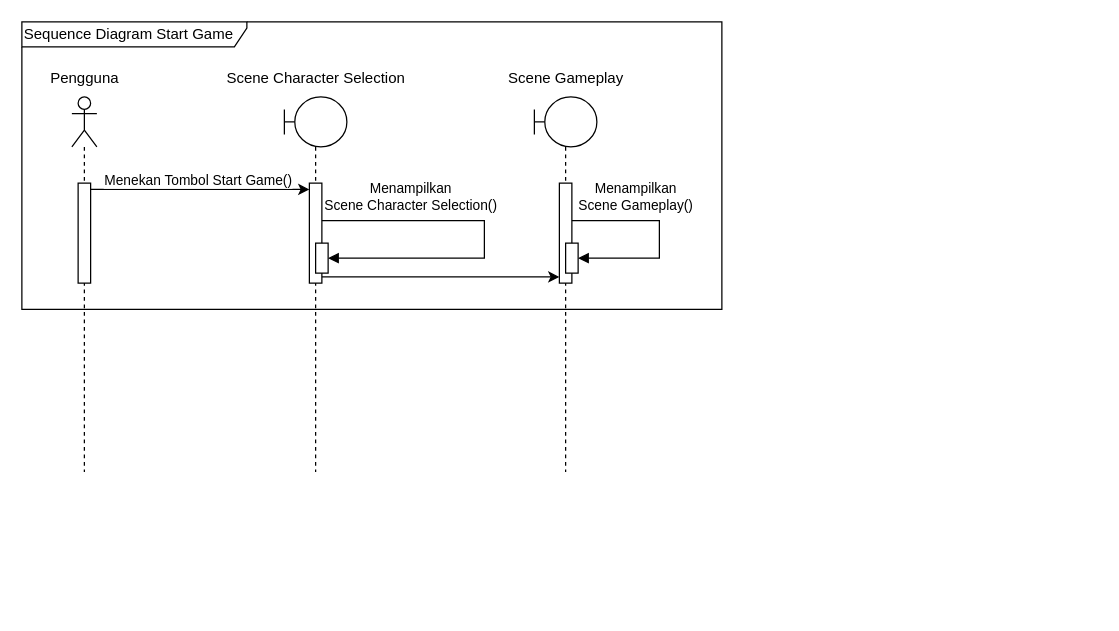
This is skripsi/skripsi/gambar/BAB III/Sequence Diagram/Sequence Diagram  – Start Game.drawio from hako-975/UNPAM-File, a draw.io file, before an edit. Source tidied: cells renumbered, new cells numbered last; positions are measured from the earlier drawing's top-left corner, leaving out a move shared by most shapes. Both pictures are drawn from the tidied source at 125%, with x=0, y=0 at pixel (21, 21).
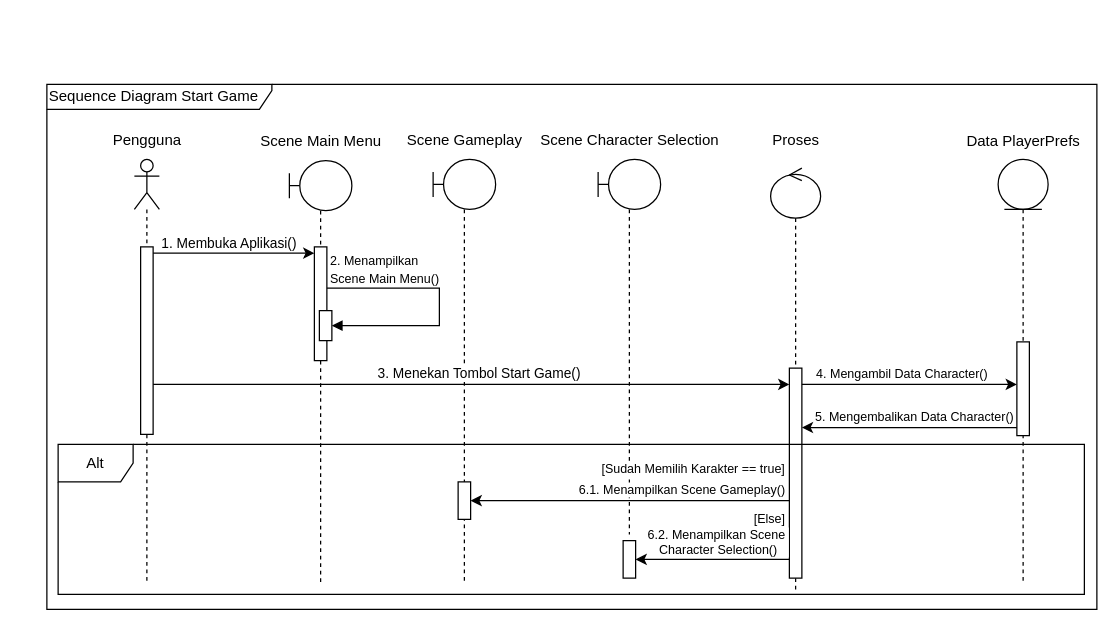
The same diagram, later.

What changed in the source:
```diff
@@
-    <mxCell id="2" value="&lt;div&gt;&lt;/div&gt;" style="shape=umlLifeline;perimeter=lifelinePerimeter;whiteSpace=wrap;html=1;newEdgeStyle={&quot;curved&quot;:0,&quot;rounded&quot;:0};participant=umlActor;size=40;" parent="1" vertex="1">
-      <mxGeometry x="40" y="60" width="20" height="300" as="geometry" />
-    </mxCell>
-    <mxCell id="3" style="html=1;points=[[0,0,0,0,5],[0,1,0,0,-5],[1,0,0,0,5],[1,1,0,0,-5]];perimeter=orthogonalPerimeter;outlineConnect=0;targetShapes=umlLifeline;portConstraint=eastwest;newEdgeStyle={&quot;curved&quot;:0,&quot;rounded&quot;:0};" parent="2" vertex="1">
-      <mxGeometry x="5" y="69" width="10" height="80" as="geometry" />
-    </mxCell>
+    <mxCell id="19" value="&lt;div&gt;&lt;/div&gt;" style="shape=umlLifeline;perimeter=lifelinePerimeter;whiteSpace=wrap;html=1;newEdgeStyle={&quot;curved&quot;:0,&quot;rounded&quot;:0};participant=umlActor;size=40;" parent="1" vertex="1">
+      <mxGeometry x="90" y="110" width="20" height="340" as="geometry" />
+    </mxCell>
+    <mxCell id="20" style="html=1;points=[[0,0,0,0,5],[0,1,0,0,-5],[1,0,0,0,5],[1,1,0,0,-5]];perimeter=orthogonalPerimeter;outlineConnect=0;targetShapes=umlLifeline;portConstraint=eastwest;newEdgeStyle={&quot;curved&quot;:0,&quot;rounded&quot;:0};" parent="19" vertex="1">
+      <mxGeometry x="5" y="70" width="10" height="150" as="geometry" />
+    </mxCell>
     <mxCell id="4" value="&lt;div&gt;Pengguna&lt;/div&gt;" style="text;html=1;align=center;verticalAlign=middle;strokeColor=none;fillColor=none;" parent="1" vertex="1">
-      <mxGeometry x="10" y="30" width="80" height="30" as="geometry" />
+      <mxGeometry x="60" y="80" width="80" height="30" as="geometry" />
     </mxCell>
-    <mxCell id="5" style="shape=umlLifeline;perimeter=lifelinePerimeter;whiteSpace=wrap;html=1;newEdgeStyle={&quot;curved&quot;:0,&quot;rounded&quot;:0};participant=umlBoundary;" parent="1" vertex="1">
-      <mxGeometry x="210" y="60" width="50" height="300" as="geometry" />
-    </mxCell>
-    <mxCell id="6" style="html=1;points=[[0,0,0,0,5],[0,1,0,0,-5],[1,0,0,0,5],[1,1,0,0,-5]];perimeter=orthogonalPerimeter;outlineConnect=0;targetShapes=umlLifeline;portConstraint=eastwest;newEdgeStyle={&quot;curved&quot;:0,&quot;rounded&quot;:0};" parent="5" vertex="1">
-      <mxGeometry x="20" y="69" width="10" height="80" as="geometry" />
-    </mxCell>
-    <mxCell id="7" style="html=1;perimeter=orthogonalPerimeter;targetShapes=umlLifeline;newEdgeStyle={&quot;curved&quot;:0,&quot;rounded&quot;:0};" parent="5" vertex="1">
-      <mxGeometry x="25" y="117" width="10" height="24" as="geometry" />
-    </mxCell>
-    <mxCell id="8" value="Menampilkan &lt;br&gt;Scene Character Selection()" style="html=1;align=center;spacingLeft=2;endArrow=block;rounded=0;edgeStyle=orthogonalEdgeStyle;curved=0;rounded=0;" parent="5" edge="1">
-      <mxGeometry x="-0.51" y="19" relative="1" as="geometry">
-        <mxPoint x="30" y="99" as="sourcePoint" />
-        <mxPoint x="35" y="129" as="targetPoint" />
-        <Array as="points">
-          <mxPoint x="160" y="99" />
-          <mxPoint x="160" y="129" />
-        </Array>
-      </mxGeometry>
-    </mxCell>
+    <mxCell id="21" style="shape=umlLifeline;perimeter=lifelinePerimeter;whiteSpace=wrap;html=1;newEdgeStyle={&quot;curved&quot;:0,&quot;rounded&quot;:0};participant=umlBoundary;" parent="1" vertex="1">
+      <mxGeometry x="461" y="110" width="50" height="300" as="geometry" />
+    </mxCell>
+    <mxCell id="22" style="html=1;points=[[0,0,0,0,5],[0,1,0,0,-5],[1,0,0,0,5],[1,1,0,0,-5]];perimeter=orthogonalPerimeter;outlineConnect=0;targetShapes=umlLifeline;portConstraint=eastwest;newEdgeStyle={&quot;curved&quot;:0,&quot;rounded&quot;:0};" parent="21" vertex="1">
+      <mxGeometry x="20" y="305" width="10" height="30" as="geometry" />
+    </mxCell>
     <mxCell id="9" value="&lt;div&gt;Scene Character Selection&lt;/div&gt;" style="text;html=1;align=center;verticalAlign=middle;strokeColor=none;fillColor=none;" parent="1" vertex="1">
-      <mxGeometry x="150" y="30" width="170" height="30" as="geometry" />
+      <mxGeometry x="401" y="80" width="170" height="30" as="geometry" />
     </mxCell>
-    <mxCell id="10" style="edgeStyle=orthogonalEdgeStyle;rounded=0;jettySize=auto;html=1;curved=0;entryX=0;entryY=0;entryDx=0;entryDy=5;entryPerimeter=0;exitX=1;exitY=0;exitDx=0;exitDy=5;exitPerimeter=0;" parent="1" edge="1" source="3" target="6">
-      <mxGeometry relative="1" as="geometry" />
-    </mxCell>
-    <mxCell id="11" value="Menekan Tombol Start Game()" style="edgeLabel;html=1;align=center;verticalAlign=middle;" parent="10" vertex="1">
-      <mxGeometry x="-0.33" y="1" relative="1" as="geometry">
-        <mxPoint x="26" y="-7" as="offset" />
-      </mxGeometry>
-    </mxCell>
     <mxCell id="12" value="Sequence Diagram Start Game" style="shape=umlFrame;whiteSpace=wrap;html=1;width=180;height=20;align=left;" parent="1" vertex="1">
-      <mxGeometry width="560" height="230" as="geometry" />
+      <mxGeometry x="20" y="50" width="840" height="420" as="geometry" />
     </mxCell>
-    <mxCell id="13" style="shape=umlLifeline;perimeter=lifelinePerimeter;whiteSpace=wrap;html=1;newEdgeStyle={&quot;curved&quot;:0,&quot;rounded&quot;:0};participant=umlBoundary;" parent="1" vertex="1">
-      <mxGeometry x="410" y="60" width="50" height="300" as="geometry" />
-    </mxCell>
-    <mxCell id="14" style="html=1;points=[[0,0,0,0,5],[0,1,0,0,-5],[1,0,0,0,5],[1,1,0,0,-5]];perimeter=orthogonalPerimeter;outlineConnect=0;targetShapes=umlLifeline;portConstraint=eastwest;newEdgeStyle={&quot;curved&quot;:0,&quot;rounded&quot;:0};" parent="13" vertex="1">
-      <mxGeometry x="20" y="69" width="10" height="80" as="geometry" />
-    </mxCell>
-    <mxCell id="15" style="html=1;perimeter=orthogonalPerimeter;targetShapes=umlLifeline;newEdgeStyle={&quot;curved&quot;:0,&quot;rounded&quot;:0};" parent="13" vertex="1">
-      <mxGeometry x="25" y="117" width="10" height="24" as="geometry" />
-    </mxCell>
-    <mxCell id="16" value="Menampilkan &lt;br&gt;Scene Gameplay()" style="html=1;align=center;spacingLeft=2;endArrow=block;rounded=0;edgeStyle=orthogonalEdgeStyle;curved=0;rounded=0;" parent="13" edge="1">
-      <mxGeometry x="-0.39" y="19" relative="1" as="geometry">
-        <mxPoint x="30" y="99" as="sourcePoint" />
-        <mxPoint x="35" y="129" as="targetPoint" />
-        <Array as="points">
-          <mxPoint x="100" y="99" />
-          <mxPoint x="100" y="129" />
-        </Array>
-      </mxGeometry>
-    </mxCell>
+    <mxCell id="23" style="shape=umlLifeline;perimeter=lifelinePerimeter;whiteSpace=wrap;html=1;newEdgeStyle={&quot;curved&quot;:0,&quot;rounded&quot;:0};participant=umlBoundary;" parent="1" vertex="1">
+      <mxGeometry x="329" y="110" width="50" height="340" as="geometry" />
+    </mxCell>
+    <mxCell id="24" style="html=1;points=[[0,0,0,0,5],[0,1,0,0,-5],[1,0,0,0,5],[1,1,0,0,-5]];perimeter=orthogonalPerimeter;outlineConnect=0;targetShapes=umlLifeline;portConstraint=eastwest;newEdgeStyle={&quot;curved&quot;:0,&quot;rounded&quot;:0};" parent="23" vertex="1">
+      <mxGeometry x="20" y="258" width="10" height="30" as="geometry" />
+    </mxCell>
     <mxCell id="17" value="&lt;div&gt;Scene Gameplay&lt;/div&gt;" style="text;html=1;align=center;verticalAlign=middle;strokeColor=none;fillColor=none;" parent="1" vertex="1">
-      <mxGeometry x="375" y="30" width="120" height="30" as="geometry" />
+      <mxGeometry x="294" y="80" width="120" height="30" as="geometry" />
     </mxCell>
-    <mxCell id="18" style="edgeStyle=orthogonalEdgeStyle;rounded=0;jettySize=auto;html=1;curved=0;exitX=1;exitY=1;exitDx=0;exitDy=-5;exitPerimeter=0;entryX=0;entryY=1;entryDx=0;entryDy=-5;entryPerimeter=0;" parent="1" edge="1" source="6" target="14">
-      <mxGeometry relative="1" as="geometry" />
-    </mxCell>
+    <mxCell id="25" value="&lt;div&gt;Data PlayerPrefs&lt;/div&gt;" style="text;html=1;align=center;verticalAlign=middle;strokeColor=none;fillColor=none;" parent="1" vertex="1">
+      <mxGeometry x="746" y="81" width="110" height="30" as="geometry" />
+    </mxCell>
+    <mxCell id="26" style="shape=umlLifeline;perimeter=lifelinePerimeter;whiteSpace=wrap;html=1;newEdgeStyle={&quot;curved&quot;:0,&quot;rounded&quot;:0};participant=umlEntity;" parent="1" vertex="1">
+      <mxGeometry x="781" y="110" width="40" height="340" as="geometry" />
+    </mxCell>
+    <mxCell id="27" style="html=1;perimeter=orthogonalPerimeter;targetShapes=umlLifeline;newEdgeStyle={&quot;curved&quot;:0,&quot;rounded&quot;:0};" parent="26" vertex="1">
+      <mxGeometry x="15" y="146" width="10" height="75" as="geometry" />
+    </mxCell>
+    <mxCell id="28" style="shape=umlLifeline;perimeter=lifelinePerimeter;whiteSpace=wrap;html=1;newEdgeStyle={&quot;curved&quot;:0,&quot;rounded&quot;:0};participant=umlControl;" parent="1" vertex="1">
+      <mxGeometry x="599" y="117" width="40" height="340" as="geometry" />
+    </mxCell>
+    <mxCell id="29" style="html=1;points=[[0,0,0,0,5],[0,1,0,0,-5],[1,0,0,0,5],[1,1,0,0,-5]];perimeter=orthogonalPerimeter;outlineConnect=0;targetShapes=umlLifeline;portConstraint=eastwest;newEdgeStyle={&quot;curved&quot;:0,&quot;rounded&quot;:0};" parent="28" vertex="1">
+      <mxGeometry x="15" y="160" width="10" height="168" as="geometry" />
+    </mxCell>
+    <mxCell id="30" value="&lt;div&gt;Proses&lt;/div&gt;" style="text;html=1;align=center;verticalAlign=middle;strokeColor=none;fillColor=none;" parent="1" vertex="1">
+      <mxGeometry x="589" y="80" width="60" height="30" as="geometry" />
+    </mxCell>
+    <mxCell id="31" style="edgeStyle=orthogonalEdgeStyle;rounded=0;orthogonalLoop=1;jettySize=auto;html=1;curved=0;exitX=1;exitY=0;exitDx=0;exitDy=5;exitPerimeter=0;entryX=0;entryY=0;entryDx=0;entryDy=5;entryPerimeter=0;" parent="1" edge="1">
+      <mxGeometry relative="1" as="geometry">
+        <mxPoint x="624" y="290" as="sourcePoint" />
+        <mxPoint x="796" y="290" as="targetPoint" />
+      </mxGeometry>
+    </mxCell>
+    <mxCell id="32" value="4. Mengambil Data Character()" style="edgeLabel;html=1;align=center;verticalAlign=middle;fontSize=10;" parent="31" vertex="1">
+      <mxGeometry x="-0.11" y="1" relative="1" as="geometry">
+        <mxPoint x="2" y="-9" as="offset" />
+      </mxGeometry>
+    </mxCell>
+    <mxCell id="33" style="edgeStyle=orthogonalEdgeStyle;rounded=0;orthogonalLoop=1;jettySize=auto;html=1;curved=0;" parent="1" edge="1">
+      <mxGeometry relative="1" as="geometry">
+        <mxPoint x="796" y="324.5" as="sourcePoint" />
+        <mxPoint x="624" y="324.5" as="targetPoint" />
+      </mxGeometry>
+    </mxCell>
+    <mxCell id="34" value="&lt;span style=&quot;font-size: 10px;&quot;&gt;5. Mengembalikan Data Character()&lt;/span&gt;" style="edgeLabel;html=1;align=center;verticalAlign=middle;" parent="33" vertex="1">
+      <mxGeometry x="0.41" y="1" relative="1" as="geometry">
+        <mxPoint x="38" y="-10" as="offset" />
+      </mxGeometry>
+    </mxCell>
+    <mxCell id="35" value="Alt" style="shape=umlFrame;whiteSpace=wrap;html=1;" parent="1" vertex="1">
+      <mxGeometry x="29" y="338" width="821" height="120" as="geometry" />
+    </mxCell>
+    <mxCell id="36" value="&lt;span style=&quot;font-size: 10px;&quot;&gt;[Sudah Memilih Karakter == true]&lt;/span&gt;" style="edgeLabel;html=1;align=center;verticalAlign=middle;fontSize=10;" parent="1" vertex="1">
+      <mxGeometry x="536" y="356" as="geometry" />
+    </mxCell>
+    <mxCell id="37" style="edgeStyle=orthogonalEdgeStyle;rounded=0;jettySize=auto;html=1;curved=0;" parent="1" edge="1" target="24">
+      <mxGeometry relative="1" as="geometry">
+        <mxPoint x="614" y="383" as="sourcePoint" />
+        <Array as="points">
+          <mxPoint x="584" y="383" />
+          <mxPoint x="584" y="383" />
+        </Array>
+      </mxGeometry>
+    </mxCell>
+    <mxCell id="38" style="edgeStyle=orthogonalEdgeStyle;rounded=0;jettySize=auto;html=1;curved=0;" parent="1" edge="1" target="22">
+      <mxGeometry relative="1" as="geometry">
+        <mxPoint x="614" y="430" as="sourcePoint" />
+        <Array as="points">
+          <mxPoint x="584" y="430" />
+          <mxPoint x="584" y="430" />
+        </Array>
+      </mxGeometry>
+    </mxCell>
+    <mxCell id="39" value="&lt;span style=&quot;font-size: 10px;&quot;&gt;[&lt;/span&gt;&lt;span style=&quot;font-size: 10px;&quot;&gt;Else&lt;/span&gt;&lt;span style=&quot;font-size: 10px;&quot;&gt;]&lt;/span&gt;" style="edgeLabel;html=1;align=center;verticalAlign=middle;" parent="1" vertex="1">
+      <mxGeometry x="618" y="401" as="geometry">
+        <mxPoint x="-21" y="-5" as="offset" />
+      </mxGeometry>
+    </mxCell>
+    <mxCell id="40" value="&lt;span style=&quot;font-size: 10px;&quot;&gt;6.1. Menampilkan Scene Gameplay()&lt;/span&gt;" style="edgeLabel;html=1;align=center;verticalAlign=middle;fontSize=10;" parent="1" vertex="1">
+      <mxGeometry x="527" y="373" as="geometry" />
+    </mxCell>
+    <mxCell id="41" value="&lt;font style=&quot;font-size: 10px;&quot;&gt;6.2. Menampilkan&amp;nbsp;Scene&amp;nbsp;&lt;/font&gt;&lt;div style=&quot;font-size: 10px;&quot;&gt;&lt;font style=&quot;font-size: 10px;&quot;&gt;Character Selection()&lt;/font&gt;&lt;/div&gt;" style="edgeLabel;html=1;align=center;verticalAlign=middle;fontSize=10;" parent="1" vertex="1">
+      <mxGeometry x="556" y="415" as="geometry" />
+    </mxCell>
+    <mxCell id="42" style="shape=umlLifeline;perimeter=lifelinePerimeter;whiteSpace=wrap;html=1;newEdgeStyle={&quot;curved&quot;:0,&quot;rounded&quot;:0};participant=umlBoundary;" parent="1" vertex="1">
+      <mxGeometry x="214" y="111" width="50" height="339" as="geometry" />
+    </mxCell>
+    <mxCell id="43" style="html=1;points=[[0,0,0,0,5],[0,1,0,0,-5],[1,0,0,0,5],[1,1,0,0,-5]];perimeter=orthogonalPerimeter;outlineConnect=0;targetShapes=umlLifeline;portConstraint=eastwest;newEdgeStyle={&quot;curved&quot;:0,&quot;rounded&quot;:0};" parent="42" vertex="1">
+      <mxGeometry x="20" y="69" width="10" height="91" as="geometry" />
+    </mxCell>
+    <mxCell id="44" style="html=1;align=left;spacingLeft=2;endArrow=block;rounded=0;edgeStyle=orthogonalEdgeStyle;curved=0;rounded=0;" parent="42" edge="1" source="43" target="45">
+      <mxGeometry x="-1" y="22" relative="1" as="geometry">
+        <Array as="points">
+          <mxPoint x="120" y="102" />
+          <mxPoint x="120" y="132" />
+        </Array>
+      </mxGeometry>
+    </mxCell>
+    <mxCell id="45" style="html=1;points=[[0,0,0,0,5],[0,1,0,0,-5],[1,0,0,0,5],[1,1,0,0,-5]];perimeter=orthogonalPerimeter;outlineConnect=0;targetShapes=umlLifeline;portConstraint=eastwest;newEdgeStyle={&quot;curved&quot;:0,&quot;rounded&quot;:0};" parent="42" vertex="1">
+      <mxGeometry x="24" y="120" width="10" height="24" as="geometry" />
+    </mxCell>
+    <mxCell id="46" value="&lt;div&gt;Scene Main Menu&lt;/div&gt;" style="text;html=1;align=center;verticalAlign=middle;strokeColor=none;fillColor=none;" parent="1" vertex="1">
+      <mxGeometry x="179" y="81" width="120" height="30" as="geometry" />
+    </mxCell>
+    <mxCell id="47" style="edgeStyle=orthogonalEdgeStyle;rounded=0;jettySize=auto;html=1;curved=0;entryX=0;entryY=0;entryDx=0;entryDy=5;entryPerimeter=0;exitX=1;exitY=0;exitDx=0;exitDy=5;exitPerimeter=0;" parent="1" edge="1" source="20" target="43">
+      <mxGeometry relative="1" as="geometry" />
+    </mxCell>
+    <mxCell id="48" value="1. Membuka Aplikasi()" style="edgeLabel;html=1;align=left;verticalAlign=middle;" parent="47" vertex="1">
+      <mxGeometry x="-0.33" y="1" relative="1" as="geometry">
+        <mxPoint x="-38" y="-8" as="offset" />
+      </mxGeometry>
+    </mxCell>
+    <mxCell id="49" value="&lt;span style=&quot;font-size: 10px;&quot;&gt;2. Menampilkan&amp;nbsp;&lt;/span&gt;&lt;div&gt;&lt;span style=&quot;font-size: 10px;&quot;&gt;Scene&amp;nbsp;&lt;/span&gt;&lt;span style=&quot;font-size: 10px;&quot;&gt;Main Menu()&lt;/span&gt;&lt;/div&gt;" style="edgeLabel;html=1;align=left;verticalAlign=middle;" parent="47" vertex="1">
+      <mxGeometry x="-0.33" y="1" relative="1" as="geometry">
+        <mxPoint x="97" y="13" as="offset" />
+      </mxGeometry>
+    </mxCell>
+    <mxCell id="50" style="edgeStyle=orthogonalEdgeStyle;rounded=0;jettySize=auto;html=1;curved=0;" parent="1" edge="1" source="20" target="29">
+      <mxGeometry relative="1" as="geometry">
+        <Array as="points">
+          <mxPoint x="240" y="290" />
+          <mxPoint x="240" y="290" />
+        </Array>
+      </mxGeometry>
+    </mxCell>
+    <mxCell id="51" value="3. Menekan Tombol Start Game()" style="edgeLabel;html=1;align=left;verticalAlign=middle;" parent="1" vertex="1">
+      <mxGeometry x="283" y="280" as="geometry" />
+    </mxCell>
```
